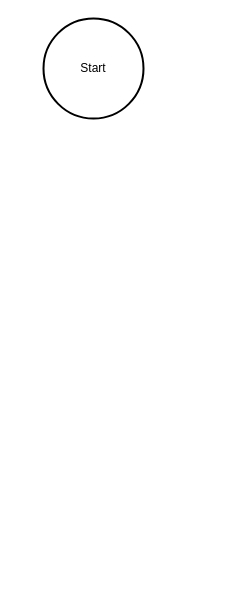
ZynLightning/Main-test keeps this draw.io diagram as Untitled Diagram.drawio. Above is the earlier version. Source tidied: cells renumbered, new cells numbered last; positions are measured from the earlier drawing's top-left corner, leaving out a move shared by most shapes. Both pictures are drawn from the tidied source at 100%, with x=0, y=0 at pixel (43, 18).
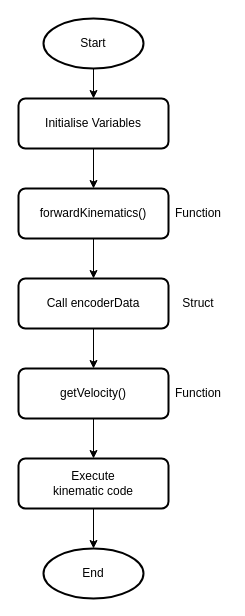
The same diagram, later.

Change to the diagram source:
```diff
@@
 <mxGraphModel>
   <root>
     <mxCell id="0" />
     <mxCell id="1" parent="0" />
+    <mxCell id="3" style="edgeStyle=orthogonalEdgeStyle;rounded=0;jettySize=auto;html=1;" parent="1" edge="1" source="2" target="5">
+      <mxGeometry relative="1" as="geometry" />
+    </mxCell>
     <mxCell id="2" value="Start" style="strokeWidth=2;html=1;shape=mxgraph.flowchart.start_2;whiteSpace=wrap;" parent="1" vertex="1">
-      <mxGeometry width="100" height="100" as="geometry" />
+      <mxGeometry width="100" height="50" as="geometry" />
     </mxCell>
+    <mxCell id="4" style="edgeStyle=orthogonalEdgeStyle;rounded=0;jettySize=auto;html=1;" parent="1" edge="1" source="5" target="7">
+      <mxGeometry relative="1" as="geometry" />
+    </mxCell>
+    <mxCell id="5" value="Initialise Variables" style="rounded=1;whiteSpace=wrap;html=1;absoluteArcSize=1;arcSize=14;strokeWidth=2;" parent="1" vertex="1">
+      <mxGeometry x="-25" y="80" width="150" height="50" as="geometry" />
+    </mxCell>
+    <mxCell id="6" style="edgeStyle=orthogonalEdgeStyle;rounded=0;jettySize=auto;html=1;" parent="1" edge="1" source="7" target="9">
+      <mxGeometry relative="1" as="geometry" />
+    </mxCell>
+    <mxCell id="7" value="forwardKinematics()" style="rounded=1;whiteSpace=wrap;html=1;absoluteArcSize=1;arcSize=14;strokeWidth=2;" parent="1" vertex="1">
+      <mxGeometry x="-25" y="170" width="150" height="50" as="geometry" />
+    </mxCell>
+    <mxCell id="8" style="edgeStyle=orthogonalEdgeStyle;rounded=0;jettySize=auto;html=1;" parent="1" edge="1" source="9" target="11">
+      <mxGeometry relative="1" as="geometry" />
+    </mxCell>
+    <mxCell id="9" value="Call encoderData" style="rounded=1;whiteSpace=wrap;html=1;absoluteArcSize=1;arcSize=14;strokeWidth=2;" parent="1" vertex="1">
+      <mxGeometry x="-25" y="260" width="150" height="50" as="geometry" />
+    </mxCell>
+    <mxCell id="10" style="edgeStyle=orthogonalEdgeStyle;rounded=0;jettySize=auto;html=1;" parent="1" edge="1" source="11" target="16">
+      <mxGeometry relative="1" as="geometry" />
+    </mxCell>
+    <mxCell id="11" value="getVelocity()" style="rounded=1;whiteSpace=wrap;html=1;absoluteArcSize=1;arcSize=14;strokeWidth=2;" parent="1" vertex="1">
+      <mxGeometry x="-25" y="350" width="150" height="50" as="geometry" />
+    </mxCell>
+    <mxCell id="12" value="Function" style="text;html=1;strokeColor=none;fillColor=none;align=center;verticalAlign=middle;whiteSpace=wrap;rounded=0;" parent="1" vertex="1">
+      <mxGeometry x="125" y="360" width="60" height="30" as="geometry" />
+    </mxCell>
+    <mxCell id="13" value="Struct" style="text;html=1;strokeColor=none;fillColor=none;align=center;verticalAlign=middle;whiteSpace=wrap;rounded=0;" parent="1" vertex="1">
+      <mxGeometry x="125" y="270" width="60" height="30" as="geometry" />
+    </mxCell>
+    <mxCell id="14" value="Function" style="text;html=1;strokeColor=none;fillColor=none;align=center;verticalAlign=middle;whiteSpace=wrap;rounded=0;" parent="1" vertex="1">
+      <mxGeometry x="125" y="180" width="60" height="30" as="geometry" />
+    </mxCell>
+    <mxCell id="15" style="edgeStyle=orthogonalEdgeStyle;rounded=0;jettySize=auto;html=1;" parent="1" edge="1" source="16" target="17">
+      <mxGeometry relative="1" as="geometry" />
+    </mxCell>
+    <mxCell id="16" value="Execute&lt;br&gt;kinematic code" style="rounded=1;whiteSpace=wrap;html=1;absoluteArcSize=1;arcSize=14;strokeWidth=2;" parent="1" vertex="1">
+      <mxGeometry x="-25" y="440" width="150" height="50" as="geometry" />
+    </mxCell>
+    <mxCell id="17" value="End" style="strokeWidth=2;html=1;shape=mxgraph.flowchart.start_2;whiteSpace=wrap;" parent="1" vertex="1">
+      <mxGeometry y="530" width="100" height="50" as="geometry" />
+    </mxCell>
   </root>
 </mxGraphModel>
```
